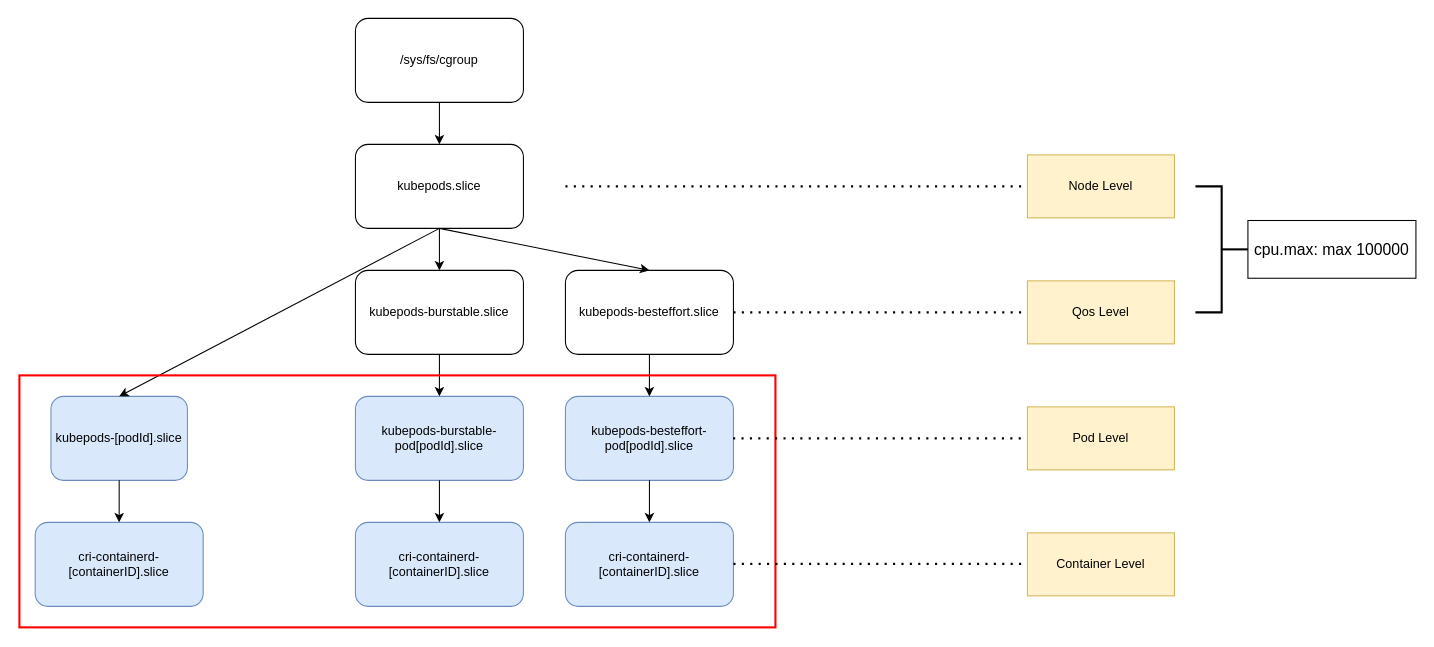
The draw.io diagram cgroup-hierarchy.drawio in YanshanSong/draw.io, before the edit. Source tidied: cells renumbered, new cells numbered last; positions are measured from the earlier drawing's top-left corner, leaving out a move shared by most shapes. Both pictures are drawn from the tidied source at 105%, with x=0, y=0 at pixel (19, 18).
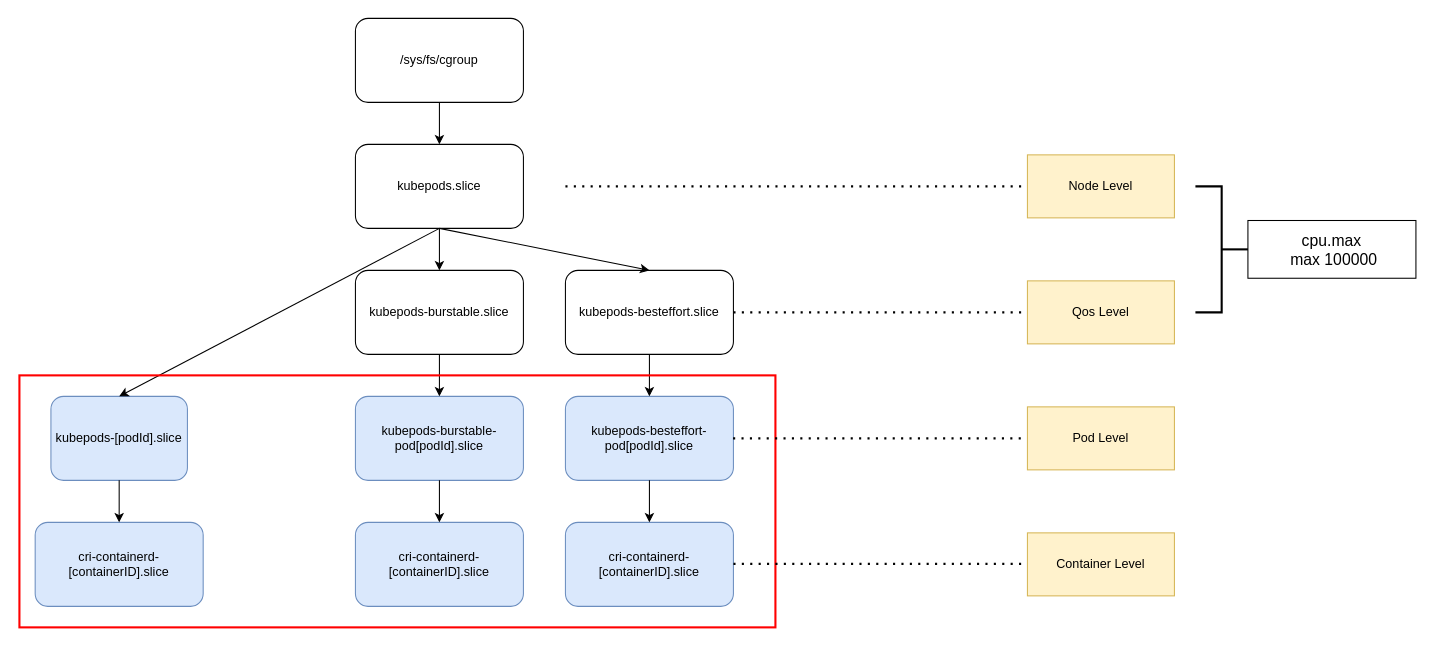
The same diagram, later.

Change to the diagram source:
```diff
@@
-    <mxCell id="31" value="&lt;font style=&quot;font-size: 15px;&quot;&gt;cpu.max: max 100000&lt;/font&gt;" style="text;html=1;align=center;verticalAlign=middle;whiteSpace=wrap;rounded=0;strokeColor=default;" parent="1" vertex="1">
+    <mxCell id="31" value="&lt;font style=&quot;font-size: 15px;&quot;&gt;cpu.max&lt;/font&gt;&lt;div&gt;&lt;font style=&quot;font-size: 15px;&quot;&gt;&amp;nbsp;max 100000&lt;/font&gt;&lt;/div&gt;" style="text;html=1;align=center;verticalAlign=middle;whiteSpace=wrap;rounded=0;strokeColor=default;" parent="1" vertex="1">
       <mxGeometry x="1170" y="192.5" width="160" height="55" as="geometry" />
     </mxCell>
```
